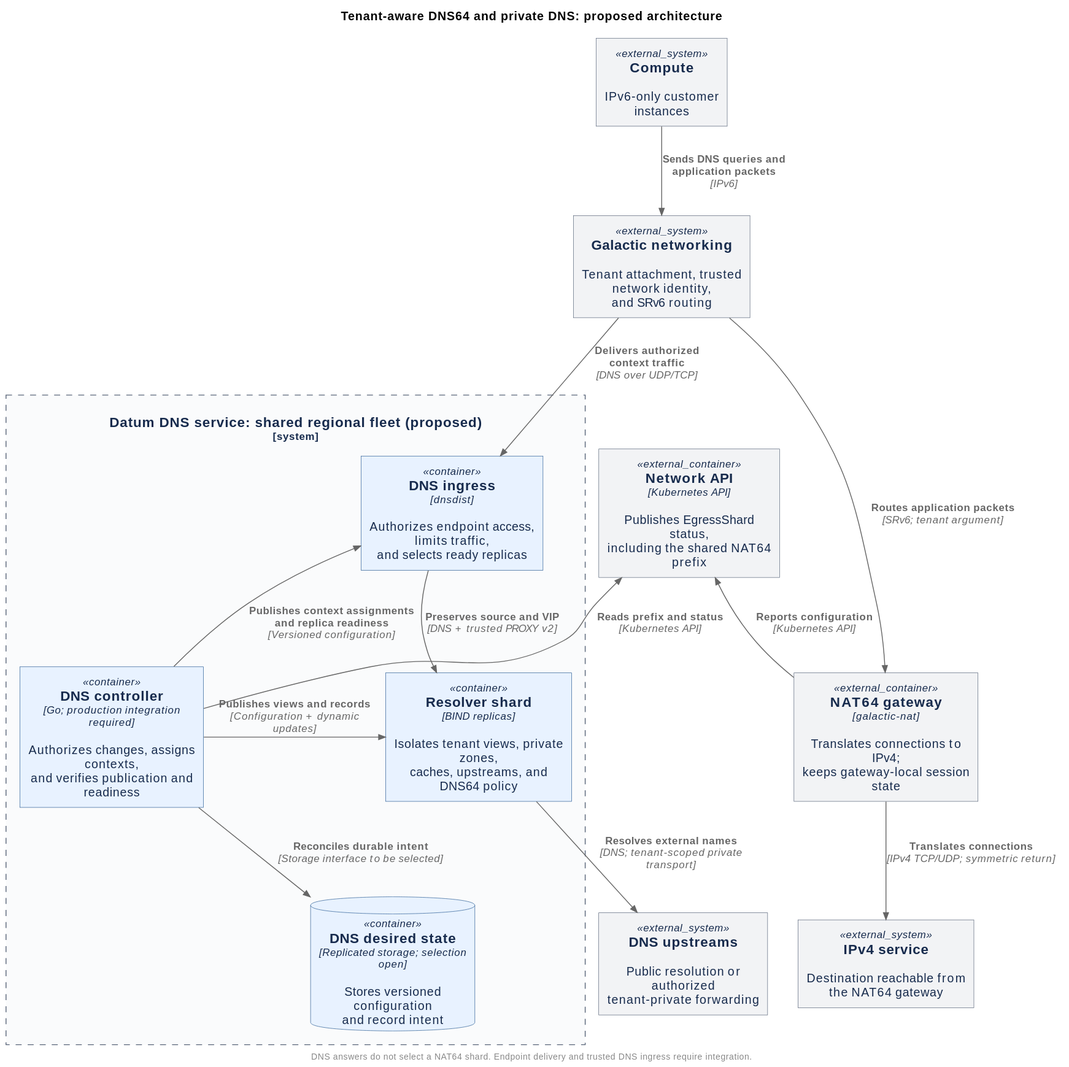
Before: docs/enhancements/dns64/containers.svg, a diagram exported from PlantUML (datum-cloud/galactic).
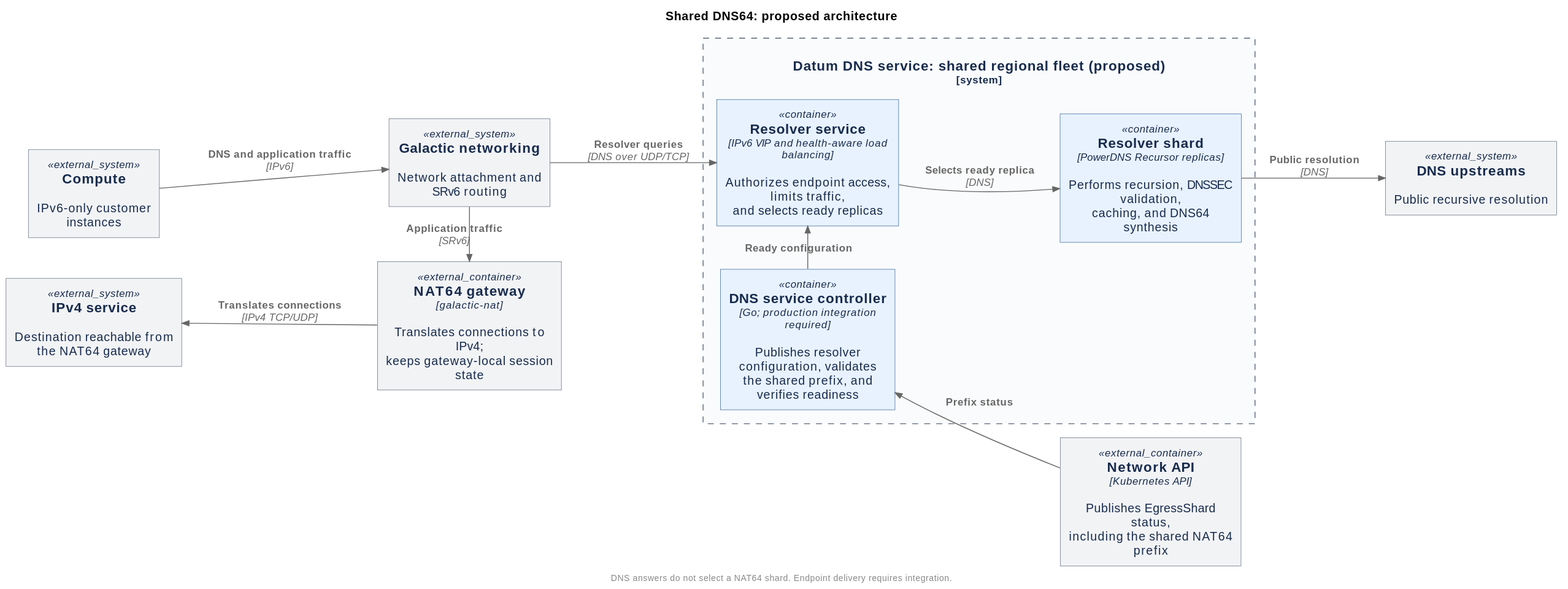
The same diagram one commit later.

Commit message:
docs(dns64): define PowerDNS short-term proposal

Diff of the diagram source:
```diff
@@ -1,7 +1,7 @@
 @startuml
 !include <C4/C4_Container>
 
-LAYOUT_TOP_DOWN()
+LAYOUT_LANDSCAPE()
 skinparam defaultFontName SansSerif
 skinparam shadowing false
 skinparam backgroundColor white
@@ -10,38 +10,38 @@
 UpdateElementStyle("external_container", $bgColor="#F2F3F5", $fontColor="#172B4D", $borderColor="#596579")
 UpdateBoundaryStyle("system", $bgColor="#FAFBFC", $fontColor="#172B4D", $borderColor="#596579")
 
-title Tenant-aware DNS64 and private DNS: proposed architecture
+title Shared DNS64: proposed architecture
 
 System_Ext(compute, "Compute", "IPv6-only customer instances")
-System_Ext(galactic, "Galactic networking", "Tenant attachment, trusted network identity,\nand SRv6 routing")
+System_Ext(galactic, "Galactic networking", "Network attachment and SRv6 routing")
 
 System_Boundary(dns, "Datum DNS service: shared regional fleet (proposed)") {
-    Container(ingress, "DNS ingress", "dnsdist", "Authorizes endpoint access, limits traffic,\nand selects ready replicas")
-    Container(resolver, "Resolver shard", "BIND replicas", "Isolates tenant views, private zones,\ncaches, upstreams, and DNS64 policy")
-    Container(controller, "DNS controller", "Go; production integration required", "Authorizes changes, assigns contexts,\nand verifies publication and readiness")
-    ContainerDb(state, "DNS desired state", "Replicated storage; selection open", "Stores versioned configuration\nand record intent")
+    Container(ingress, "Resolver service", "IPv6 VIP and health-aware load balancing", "Authorizes endpoint access, limits traffic,\nand selects ready replicas")
+    Container(resolver, "Resolver shard", "PowerDNS Recursor replicas", "Performs recursion, DNSSEC validation,\ncaching, and DNS64 synthesis")
+    Container(controller, "DNS service controller", "Go; production integration required", "Publishes resolver configuration, validates\nthe shared prefix, and verifies readiness")
 }
 
 Container_Ext(networkapi, "Network API", "Kubernetes API", "Publishes EgressShard status,\nincluding the shared NAT64 prefix")
 Container_Ext(nat, "NAT64 gateway", "galactic-nat", "Translates connections to IPv4;\nkeeps gateway-local session state")
-System_Ext(upstream, "DNS upstreams", "Public resolution or authorized\ntenant-private forwarding")
+System_Ext(upstream, "DNS upstreams", "Public recursive resolution")
 System_Ext(destination, "IPv4 service", "Destination reachable from\nthe NAT64 gateway")
 
-Rel_D(compute, galactic, "Sends DNS queries and\napplication packets", "IPv6")
-Rel_D(galactic, ingress, "Delivers authorized\ncontext traffic", "DNS over UDP/TCP")
-Rel_D(ingress, resolver, "Preserves source and VIP", "DNS + trusted PROXY v2")
-Rel_D(resolver, upstream, "Resolves external names", "DNS; tenant-scoped private transport")
-Rel_R(galactic, nat, "Routes application packets", "SRv6; tenant argument")
-Rel_D(nat, destination, "Translates connections", "IPv4 TCP/UDP; symmetric return")
-Rel_U(controller, ingress, "Publishes context assignments\nand replica readiness", "Versioned configuration")
-Rel_R(controller, resolver, "Publishes views and records", "Configuration + dynamic updates")
-Rel_D(controller, state, "Reconciles durable intent", "Storage interface to be selected")
-Rel_U(controller, networkapi, "Reads prefix and status", "Kubernetes API")
-Rel_U(nat, networkapi, "Reports configuration", "Kubernetes API")
+Rel_R(compute, galactic, "DNS and application traffic", "IPv6")
+Rel_R(galactic, ingress, "Resolver queries", "DNS over UDP/TCP")
+Rel_R(ingress, resolver, "Selects ready replica", "DNS")
+Rel_R(resolver, upstream, "Public resolution", "DNS")
+Rel_D(galactic, nat, "Application traffic", "SRv6")
+Rel_L(nat, destination, "Translates connections", "IPv4 TCP/UDP")
+Rel_D(controller, ingress, "Ready configuration", "")
+Rel_L(networkapi, controller, "Prefix status", "")
 
-Lay_R(networkapi, ingress)
-Lay_R(state, upstream)
-Lay_R(upstream, destination)
+Lay_R(compute, galactic)
+Lay_R(galactic, ingress)
+Lay_R(ingress, resolver)
+Lay_R(resolver, upstream)
+Lay_D(galactic, nat)
+Lay_L(nat, destination)
+Lay_L(networkapi, controller)
 
-footer DNS answers do not select a NAT64 shard. Endpoint delivery and trusted DNS ingress require integration.
+footer DNS answers do not select a NAT64 shard. Endpoint delivery requires integration.
 @enduml
```
